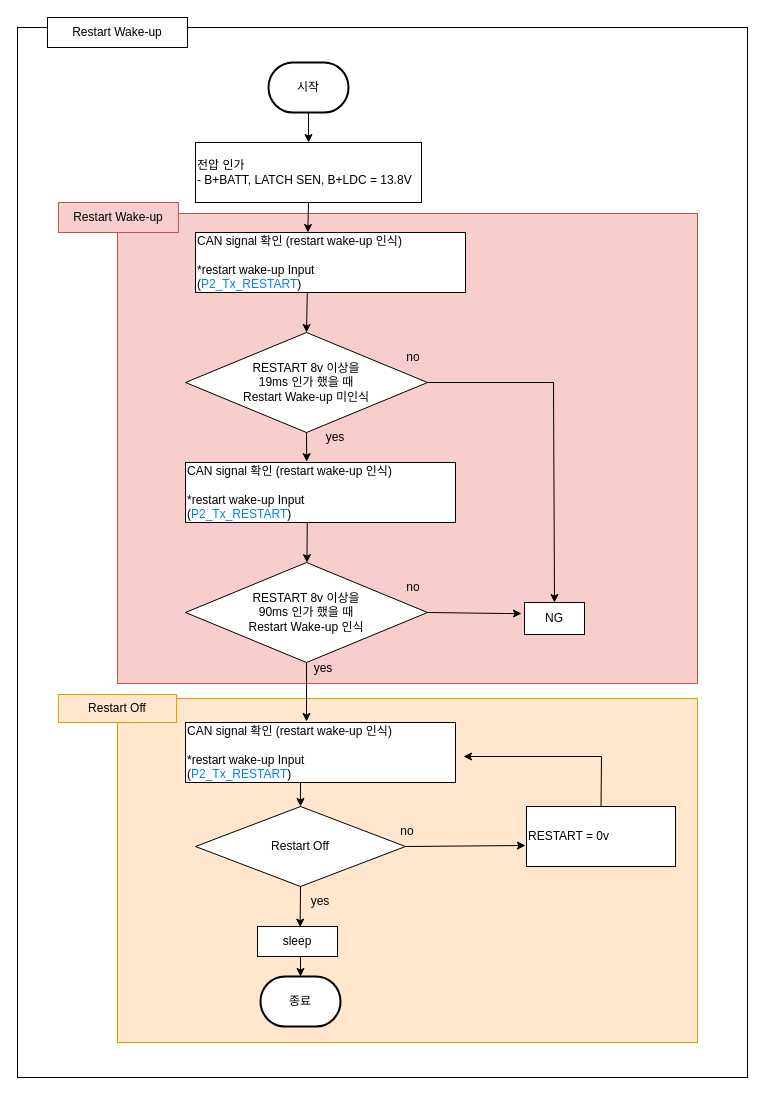
This is RESTART Wake-up.drawio from chaeyoonl/state-transition-diagram-test, a draw.io file, before an edit. Source tidied: cells renumbered, new cells numbered last; positions are measured from the earlier drawing's top-left corner, leaving out a move shared by most shapes. Both pictures are drawn from the tidied source at 100%, with x=0, y=0 at pixel (17, 17).
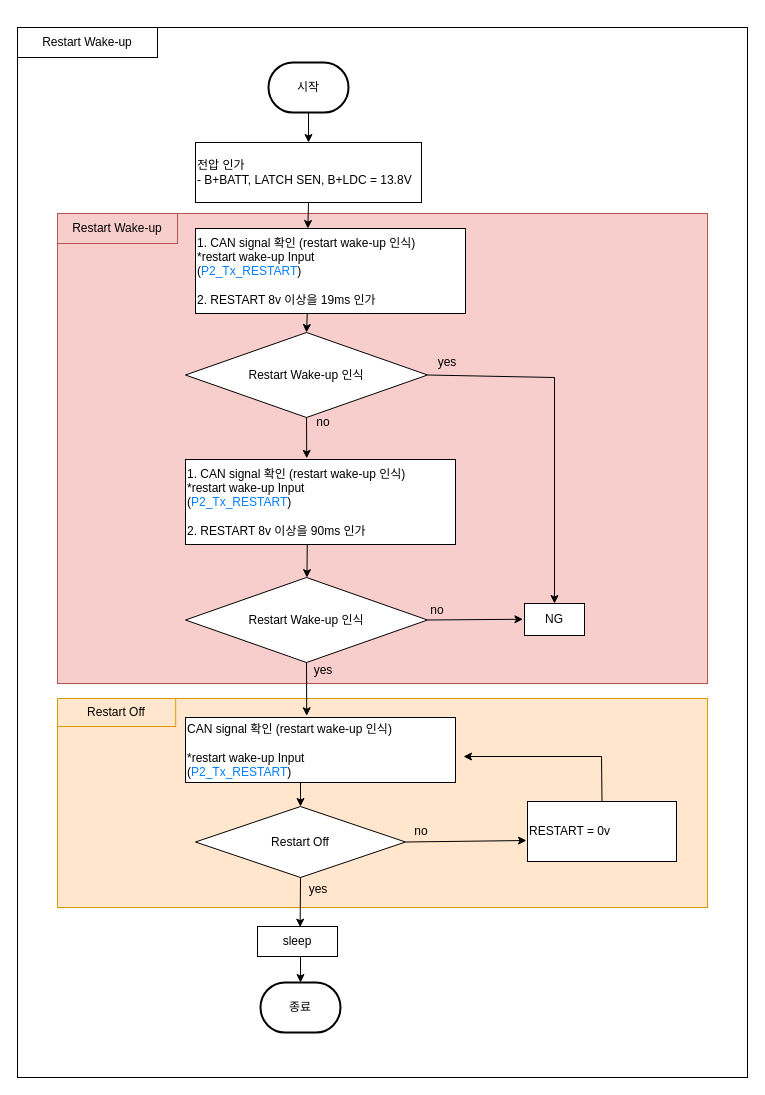
After the change.

What changed in the source:
```diff
@@
     <mxCell id="3" value="Restart Wake-up" style="rounded=0;whiteSpace=wrap;html=1;" parent="1" vertex="1">
-      <mxGeometry x="30" width="140" height="30" as="geometry" />
+      <mxGeometry y="10" width="140" height="30" as="geometry" />
     </mxCell>
     <mxCell id="4" style="rounded=0;whiteSpace=wrap;html=1;fillColor=#f8cecc;strokeColor=#b85450;" parent="1" vertex="1">
-      <mxGeometry x="100" y="196" width="580" height="470" as="geometry" />
+      <mxGeometry x="40" y="196" width="650" height="470" as="geometry" />
     </mxCell>
     <mxCell id="5" value="&lt;span style=&quot;color: rgb(0, 0, 0); font-family: Helvetica; font-size: 12px; font-style: normal; font-variant-ligatures: normal; font-variant-caps: normal; font-weight: 400; letter-spacing: normal; orphans: 2; text-align: center; text-indent: 0px; text-transform: none; widows: 2; word-spacing: 0px; -webkit-text-stroke-width: 0px; text-decoration-thickness: initial; text-decoration-style: initial; text-decoration-color: initial; float: none; display: inline !important;&quot;&gt;Restart Wake-up&lt;br&gt;&lt;/span&gt;" style="rounded=0;whiteSpace=wrap;html=1;fillColor=#f8cecc;strokeColor=#b85450;fillStyle=solid;labelBackgroundColor=none;" parent="1" vertex="1">
-      <mxGeometry x="40.9" y="185" width="120" height="30" as="geometry" />
+      <mxGeometry x="40" y="196" width="120" height="30" as="geometry" />
     </mxCell>
     <mxCell id="6" style="rounded=0;whiteSpace=wrap;html=1;fillColor=#ffe6cc;strokeColor=#d79b00;" parent="1" vertex="1">
-      <mxGeometry x="100" y="681" width="580" height="344" as="geometry" />
+      <mxGeometry x="40" y="681" width="650" height="209" as="geometry" />
     </mxCell>
     <mxCell id="7" value="&lt;span style=&quot;color: rgb(0, 0, 0); font-family: Helvetica; font-size: 12px; font-style: normal; font-variant-ligatures: normal; font-variant-caps: normal; font-weight: 400; letter-spacing: normal; orphans: 2; text-align: center; text-indent: 0px; text-transform: none; widows: 2; word-spacing: 0px; -webkit-text-stroke-width: 0px; text-decoration-thickness: initial; text-decoration-style: initial; text-decoration-color: initial; float: none; display: inline !important;&quot;&gt;Restart Off&lt;br&gt;&lt;/span&gt;" style="rounded=0;whiteSpace=wrap;html=1;fillColor=#ffe6cc;strokeColor=#d79b00;labelBackgroundColor=none;" parent="1" vertex="1">
-      <mxGeometry x="40.9" y="677" width="118.2" height="28" as="geometry" />
+      <mxGeometry x="40" y="681" width="118.2" height="28" as="geometry" />
     </mxCell>
@@
-    <mxCell id="10" value="RESTART 8v 이상을 &lt;br&gt;19ms 인가 했을 때 &lt;br&gt;Restart Wake-up 미인식" style="rhombus;whiteSpace=wrap;html=1;" parent="1" vertex="1">
-      <mxGeometry x="168" y="315" width="242" height="100" as="geometry" />
+    <mxCell id="10" value="Restart Wake-up 인식" style="rhombus;whiteSpace=wrap;html=1;" parent="1" vertex="1">
+      <mxGeometry x="168" y="315" width="242" height="85" as="geometry" />
     </mxCell>
@@
-    <mxCell id="13" style="endArrow=classic;html=1;rounded=0;exitX=0.5;exitY=1;exitDx=0;exitDy=0;entryX=0.5;entryY=0;entryDx=0;entryDy=0;entryPerimeter=0;" parent="1" edge="1">
+    <mxCell id="13" style="endArrow=classic;html=1;rounded=0;exitX=0.5;exitY=1;exitDx=0;exitDy=0;entryX=0.449;entryY=-0.027;entryDx=0;entryDy=0;entryPerimeter=0;" parent="1" edge="1" target="38">
       <mxGeometry relative="1" as="geometry">
         <mxPoint x="289" y="645" as="sourcePoint" />
-        <mxPoint x="289" y="704" as="targetPoint" />
       </mxGeometry>
     </mxCell>
     <mxCell id="14" value="yes" style="text;html=1;strokeColor=none;fillColor=none;align=center;verticalAlign=middle;whiteSpace=wrap;rounded=0;" parent="1" vertex="1">
-      <mxGeometry x="276" y="636" width="60" height="30" as="geometry" />
+      <mxGeometry x="276" y="638" width="60" height="30" as="geometry" />
     </mxCell>
     <mxCell id="15" value="no" style="text;html=1;strokeColor=none;fillColor=none;align=center;verticalAlign=middle;whiteSpace=wrap;rounded=0;" parent="1" vertex="1">
-      <mxGeometry x="366" y="325" width="60" height="30" as="geometry" />
+      <mxGeometry x="276" y="390" width="60" height="30" as="geometry" />
     </mxCell>
-    <mxCell id="16" value="RESTART 8v 이상을 &lt;br&gt;90ms 인가 했을 때 &lt;br&gt;Restart Wake-up 인식" style="rhombus;whiteSpace=wrap;html=1;" parent="1" vertex="1">
-      <mxGeometry x="168" y="545" width="242" height="100" as="geometry" />
+    <mxCell id="16" value="Restart Wake-up 인식" style="rhombus;whiteSpace=wrap;html=1;" parent="1" vertex="1">
+      <mxGeometry x="168" y="560" width="242" height="85" as="geometry" />
     </mxCell>
     <mxCell id="17" value="no" style="text;html=1;strokeColor=none;fillColor=none;align=center;verticalAlign=middle;whiteSpace=wrap;rounded=0;" parent="1" vertex="1">
-      <mxGeometry x="366" y="555" width="60" height="30" as="geometry" />
+      <mxGeometry x="390" y="578" width="60" height="30" as="geometry" />
     </mxCell>
@@
     <mxCell id="19" value="NG" style="rounded=0;whiteSpace=wrap;html=1;align=center;" parent="1" vertex="1">
-      <mxGeometry x="507" y="585" width="60" height="32" as="geometry" />
+      <mxGeometry x="507" y="586" width="60" height="32" as="geometry" />
     </mxCell>
     <mxCell id="20" value="yes" style="text;html=1;strokeColor=none;fillColor=none;align=center;verticalAlign=middle;whiteSpace=wrap;rounded=0;" parent="1" vertex="1">
-      <mxGeometry x="288" y="405" width="60" height="30" as="geometry" />
+      <mxGeometry x="400" y="330" width="60" height="30" as="geometry" />
     </mxCell>
     <mxCell id="21" style="endArrow=classic;html=1;rounded=0;exitX=1;exitY=0.5;exitDx=0;exitDy=0;entryX=0.5;entryY=0;entryDx=0;entryDy=0;" parent="1" edge="1" source="10" target="19">
       <mxGeometry relative="1" as="geometry">
         <Array as="points">
-          <mxPoint x="536" y="365" />
+          <mxPoint x="537" y="360" />
         </Array>
       </mxGeometry>
     </mxCell>
-    <mxCell id="22" style="endArrow=classic;html=1;rounded=0;exitX=1;exitY=0.5;exitDx=0;exitDy=0;" parent="1" edge="1" source="16">
-      <mxGeometry relative="1" as="geometry">
-        <mxPoint x="504" y="596" as="targetPoint" />
-        <Array as="points">
-          <mxPoint x="488" y="596" />
-        </Array>
-      </mxGeometry>
-    </mxCell>
-    <mxCell id="23" value="CAN signal 확인 (restart wake-up 인식)&lt;br&gt;&lt;br&gt;*restart wake-up&amp;nbsp;Input&amp;nbsp;&lt;br&gt;(&lt;font color=&quot;#007fff&quot;&gt;P2_Tx_RESTART&lt;/font&gt;)" style="rounded=0;whiteSpace=wrap;html=1;align=left;" parent="1" vertex="1">
-      <mxGeometry x="178" y="215" width="270" height="60" as="geometry" />
+    <mxCell id="23" value="1. CAN signal 확인 (restart wake-up 인식)&lt;br&gt;*restart wake-up&amp;nbsp;Input&amp;nbsp;&lt;br&gt;(&lt;font color=&quot;#007fff&quot;&gt;P2_Tx_RESTART&lt;/font&gt;)&lt;br&gt;&lt;br&gt;2. RESTART 8v 이상을&amp;nbsp;&lt;span style=&quot;text-align: center;&quot;&gt;19ms 인가&amp;nbsp;&lt;/span&gt;" style="rounded=0;whiteSpace=wrap;html=1;align=left;" parent="1" vertex="1">
+      <mxGeometry x="178" y="211" width="270" height="85" as="geometry" />
     </mxCell>
@@
-    <mxCell id="26" value="CAN signal 확인 (restart wake-up 인식)&lt;br&gt;&lt;br&gt;*restart wake-up&amp;nbsp;Input&amp;nbsp;&lt;br&gt;(&lt;font color=&quot;#007fff&quot;&gt;P2_Tx_RESTART&lt;/font&gt;)" style="rounded=0;whiteSpace=wrap;html=1;align=left;" parent="1" vertex="1">
-      <mxGeometry x="168" y="445" width="270" height="60" as="geometry" />
+    <mxCell id="26" value="1. CAN signal 확인 (restart wake-up 인식)&lt;br&gt;*restart wake-up&amp;nbsp;Input&amp;nbsp;&lt;br&gt;(&lt;font color=&quot;#007fff&quot;&gt;P2_Tx_RESTART&lt;/font&gt;)&lt;br&gt;&lt;br&gt;2.&amp;nbsp;RESTART 8v 이상을&amp;nbsp;&lt;span style=&quot;text-align: center;&quot;&gt;90ms 인가&amp;nbsp;&lt;/span&gt;" style="rounded=0;whiteSpace=wrap;html=1;align=left;" parent="1" vertex="1">
+      <mxGeometry x="168" y="442" width="270" height="85" as="geometry" />
     </mxCell>
     <mxCell id="27" value="종료" style="strokeWidth=2;html=1;shape=mxgraph.flowchart.terminator;whiteSpace=wrap;" parent="1" vertex="1">
-      <mxGeometry x="243" y="959" width="80" height="50" as="geometry" />
+      <mxGeometry x="243" y="965" width="80" height="50" as="geometry" />
     </mxCell>
     <mxCell id="28" value="Restart Off" style="rhombus;whiteSpace=wrap;html=1;" parent="1" vertex="1">
-      <mxGeometry x="178" y="789" width="210" height="80" as="geometry" />
+      <mxGeometry x="178" y="789" width="210" height="71" as="geometry" />
     </mxCell>
@@
     <mxCell id="31" value="RESTART = 0v" style="rounded=0;whiteSpace=wrap;html=1;align=left;" parent="1" vertex="1">
-      <mxGeometry x="509" y="789" width="149" height="60" as="geometry" />
+      <mxGeometry x="510" y="784" width="149" height="60" as="geometry" />
     </mxCell>
@@
     <mxCell id="35" value="yes" style="text;html=1;strokeColor=none;fillColor=none;align=center;verticalAlign=middle;whiteSpace=wrap;rounded=0;" parent="1" vertex="1">
-      <mxGeometry x="273" y="869" width="60" height="30" as="geometry" />
+      <mxGeometry x="271" y="857" width="60" height="30" as="geometry" />
     </mxCell>
     <mxCell id="36" value="no" style="text;html=1;strokeColor=none;fillColor=none;align=center;verticalAlign=middle;whiteSpace=wrap;rounded=0;" parent="1" vertex="1">
-      <mxGeometry x="360" y="799" width="60" height="30" as="geometry" />
+      <mxGeometry x="374" y="799" width="60" height="30" as="geometry" />
     </mxCell>
@@
     <mxCell id="38" value="CAN signal 확인 (restart wake-up 인식)&lt;br&gt;&lt;br&gt;*restart wake-up&amp;nbsp;Input&amp;nbsp;&lt;br&gt;(&lt;font color=&quot;#007fff&quot;&gt;P2_Tx_RESTART&lt;/font&gt;)" style="rounded=0;whiteSpace=wrap;html=1;align=left;" parent="1" vertex="1">
-      <mxGeometry x="168" y="705" width="270" height="60" as="geometry" />
+      <mxGeometry x="168" y="700" width="270" height="65" as="geometry" />
     </mxCell>
+    <mxCell id="39" style="endArrow=classic;html=1;rounded=0;exitX=1;exitY=0.5;exitDx=0;exitDy=0;entryX=-0.026;entryY=0.492;entryDx=0;entryDy=0;entryPerimeter=0;" parent="1" edge="1" source="16" target="19">
+      <mxGeometry relative="1" as="geometry" />
+    </mxCell>
```
